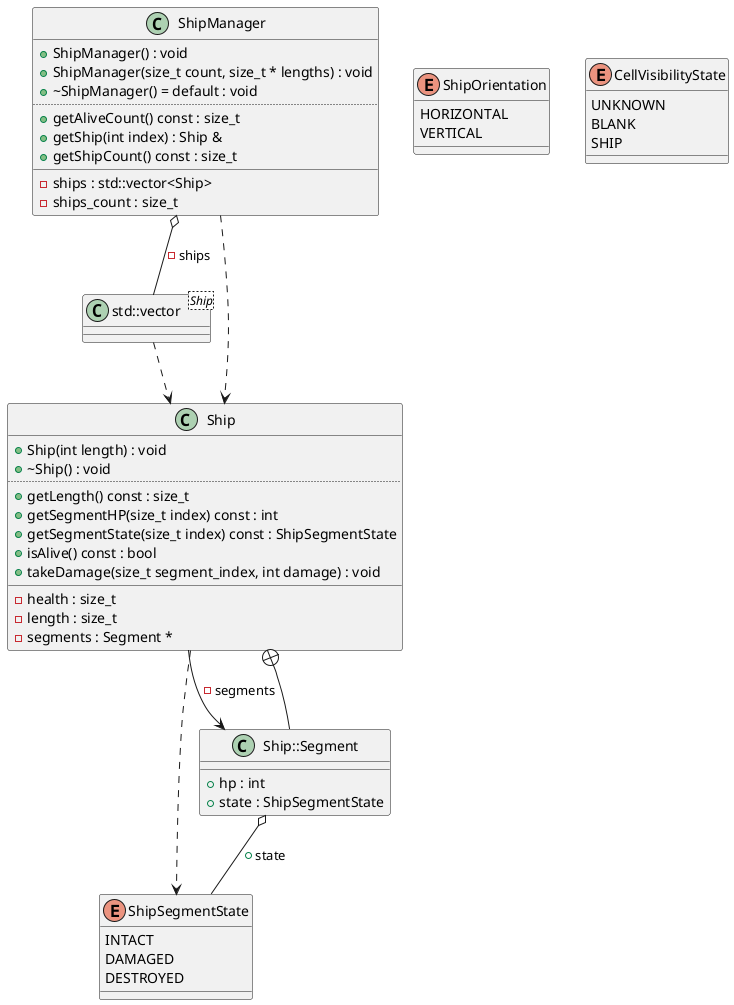
The PlantUML diagram diagrams/ShipManager.png in Rennelv/ships, before a commit.
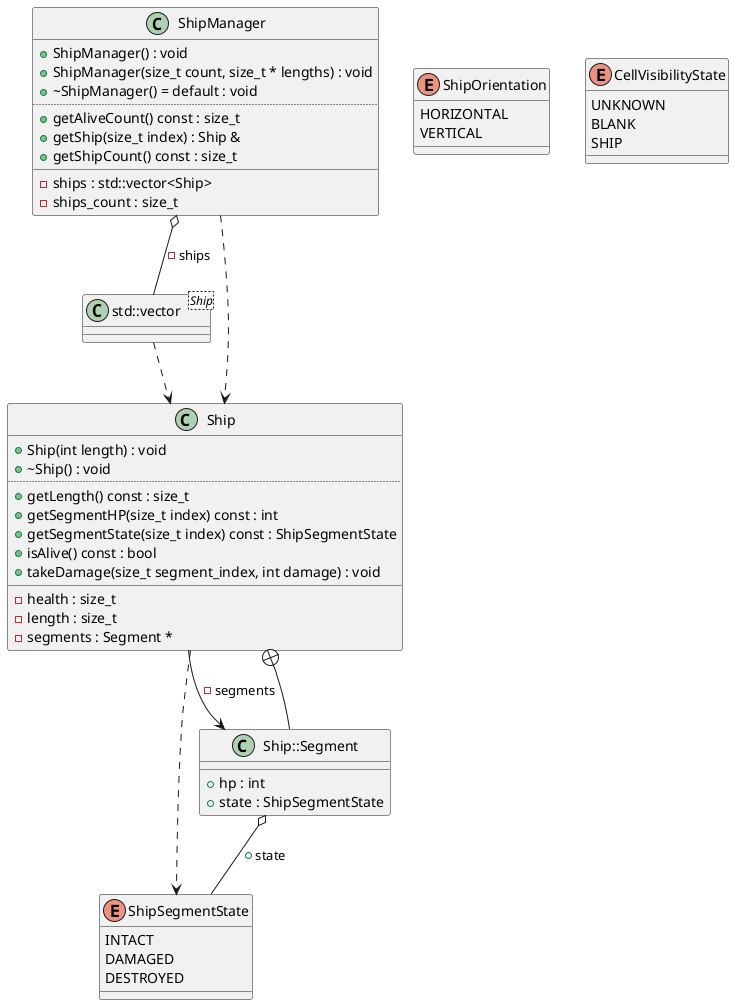
The same file after the commit.

The edit, as a diff of the source:
```diff
@@ -48,7 +48,7 @@
 +~ShipManager() = default : void
 ..
 +getAliveCount() const : size_t
-+getShip(int index) : Ship &
++getShip(size_t index) : Ship &
 +getShipCount() const : size_t
 __
 -ships : std::vector<Ship>
```
